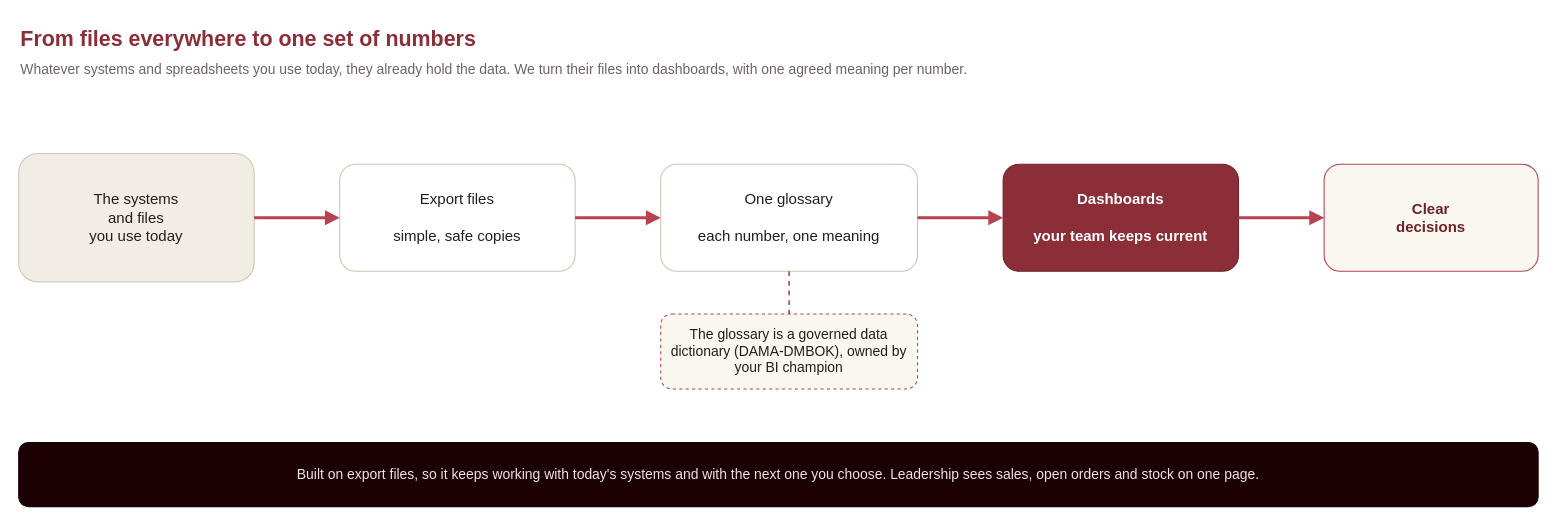
Earlier version of the draw.io diagram diagrams/5-analytics.drawio (ademczuk/top-spirit-delivery). Source tidied: cells renumbered, new cells numbered last; positions are measured from the earlier drawing's top-left corner, leaving out a move shared by most shapes. Both pictures are drawn from the tidied source at 107%, with x=0, y=0 at pixel (18, 18).
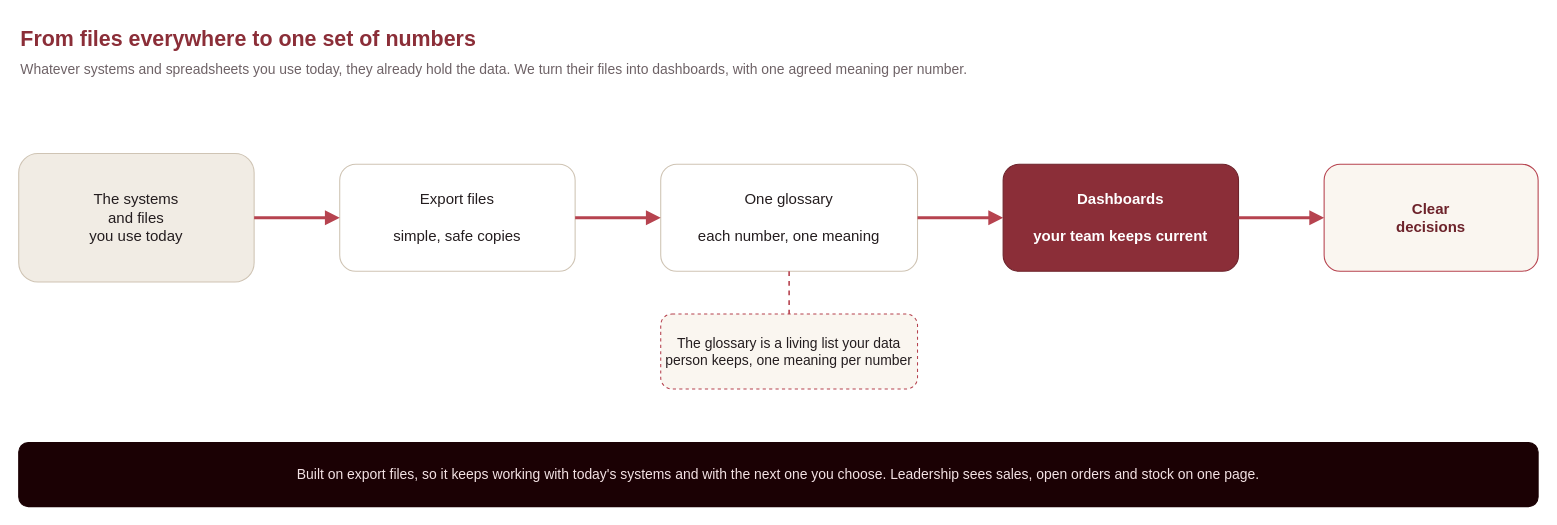
After the change.

What changed in the source:
```diff
@@
 <mxGraphModel background="#ffffff">
   <root>
     <mxCell id="0" />
     <mxCell id="1" parent="0" />
     <mxCell id="2" value="From files everywhere to one set of numbers" style="text;html=1;align=left;verticalAlign=middle;fontColor=#8b2e38;fontSize=20;fontStyle=1;" parent="1" vertex="1">
       <mxGeometry width="1420" height="36" as="geometry" />
     </mxCell>
     <mxCell id="3" value="Whatever systems and spreadsheets you use today, they already hold the data. We turn their files into dashboards, with one agreed meaning per number." style="text;html=1;align=left;verticalAlign=middle;fontColor=#6e6266;fontSize=13;" parent="1" vertex="1">
       <mxGeometry y="36" width="1420" height="22" as="geometry" />
     </mxCell>
     <mxCell id="4" value="The systems&#10;and files&#10;you use today" style="rounded=1;html=1;whiteSpace=wrap;fillColor=#f1ece4;strokeColor=#cfc4b4;fontColor=#241d1f;fontSize=14;align=center;verticalAlign=middle;" parent="1" vertex="1">
       <mxGeometry y="126" width="220" height="120" as="geometry" />
     </mxCell>
     <mxCell id="5" value="Export files&#10;&#10;simple, safe copies" style="rounded=1;html=1;whiteSpace=wrap;fillColor=#ffffff;strokeColor=#cfc4b4;fontColor=#241d1f;fontSize=14;align=center;verticalAlign=middle;" parent="1" vertex="1">
       <mxGeometry x="300" y="136" width="220" height="100" as="geometry" />
     </mxCell>
     <mxCell id="6" value="One glossary&#10;&#10;each number, one meaning" style="rounded=1;html=1;whiteSpace=wrap;fillColor=#ffffff;strokeColor=#cfc4b4;fontColor=#241d1f;fontSize=14;align=center;verticalAlign=middle;" parent="1" vertex="1">
       <mxGeometry x="600" y="136" width="240" height="100" as="geometry" />
     </mxCell>
     <mxCell id="7" value="Dashboards&#10;&#10;your team keeps current" style="rounded=1;html=1;whiteSpace=wrap;fillColor=#8b2e38;strokeColor=#6d232b;fontColor=#ffffff;fontSize=14;fontStyle=1;align=center;verticalAlign=middle;" parent="1" vertex="1">
       <mxGeometry x="920" y="136" width="220" height="100" as="geometry" />
     </mxCell>
     <mxCell id="8" value="Clear&#10;decisions" style="rounded=1;html=1;whiteSpace=wrap;fillColor=#faf6f0;strokeColor=#b6434f;fontColor=#6d232b;fontSize=14;fontStyle=1;align=center;verticalAlign=middle;" parent="1" vertex="1">
       <mxGeometry x="1220" y="136" width="200" height="100" as="geometry" />
     </mxCell>
     <mxCell id="9" style="edgeStyle=orthogonalEdgeStyle;rounded=0;html=1;strokeColor=#b6434f;strokeWidth=3;endArrow=block;endFill=1;exitX=1;exitY=0.5;entryX=0;entryY=0.5;" parent="1" edge="1" source="4" target="5">
       <mxGeometry relative="1" as="geometry" />
     </mxCell>
     <mxCell id="10" style="edgeStyle=orthogonalEdgeStyle;rounded=0;html=1;strokeColor=#b6434f;strokeWidth=3;endArrow=block;endFill=1;exitX=1;exitY=0.5;entryX=0;entryY=0.5;" parent="1" edge="1" source="5" target="6">
       <mxGeometry relative="1" as="geometry" />
     </mxCell>
     <mxCell id="11" style="edgeStyle=orthogonalEdgeStyle;rounded=0;html=1;strokeColor=#b6434f;strokeWidth=3;endArrow=block;endFill=1;exitX=1;exitY=0.5;entryX=0;entryY=0.5;" parent="1" edge="1" source="6" target="7">
       <mxGeometry relative="1" as="geometry" />
     </mxCell>
     <mxCell id="12" style="edgeStyle=orthogonalEdgeStyle;rounded=0;html=1;strokeColor=#b6434f;strokeWidth=3;endArrow=block;endFill=1;exitX=1;exitY=0.5;entryX=0;entryY=0.5;" parent="1" edge="1" source="7" target="8">
       <mxGeometry relative="1" as="geometry" />
     </mxCell>
-    <mxCell id="13" value="The glossary is a governed data dictionary (DAMA-DMBOK), owned by your BI champion" style="rounded=1;html=1;whiteSpace=wrap;fillColor=#faf6f0;strokeColor=#b6434f;fontColor=#241d1f;fontSize=13;align=center;verticalAlign=middle;dashed=1;" parent="1" vertex="1">
+    <mxCell id="13" value="The glossary is a living list your data person keeps, one meaning per number" style="rounded=1;html=1;whiteSpace=wrap;fillColor=#faf6f0;strokeColor=#b6434f;fontColor=#241d1f;fontSize=13;align=center;verticalAlign=middle;dashed=1;" parent="1" vertex="1">
       <mxGeometry x="600" y="276" width="240" height="70" as="geometry" />
     </mxCell>
     <mxCell id="14" style="edgeStyle=orthogonalEdgeStyle;rounded=1;html=1;strokeColor=#b6434f;strokeWidth=1.5;dashed=1;endArrow=none;exitX=0.5;exitY=1;entryX=0.5;entryY=0;" parent="1" edge="1" source="6" target="13">
       <mxGeometry relative="1" as="geometry" />
     </mxCell>
     <mxCell id="15" value="Built on export files, so it keeps working with today's systems and with the next one you choose. Leadership sees sales, open orders and stock on one page." style="rounded=1;html=1;whiteSpace=wrap;fillColor=#1b0104;strokeColor=#1b0104;fontColor=#f3e2e4;fontSize=13;align=center;verticalAlign=middle;" parent="1" vertex="1">
       <mxGeometry y="396" width="1420" height="60" as="geometry" />
     </mxCell>
   </root>
 </mxGraphModel>
```
